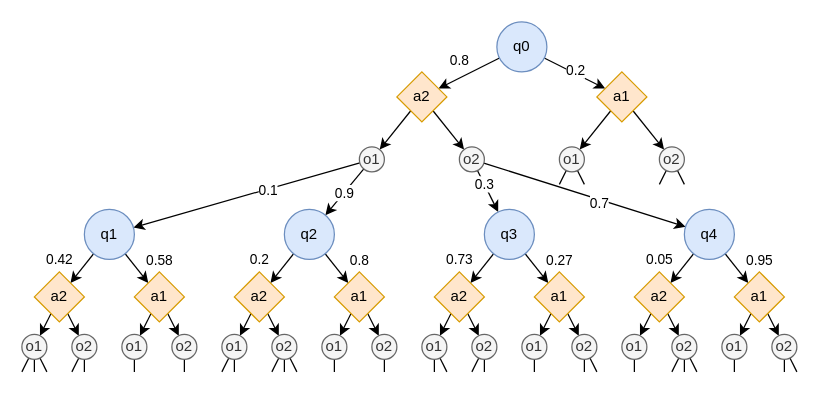
This is page "policy-tree" (3 of 6) of docs/finite-state-controller.drawio from jlandsmann/dec-pomdp-solver, a draw.io file, before an edit. Source tidied: cells renumbered, new cells numbered last; positions are measured from the earlier drawing's top-left corner, leaving out a move shared by most shapes. Both pictures are drawn from the tidied source at 125%, with x=0, y=0 at pixel (21, 21).
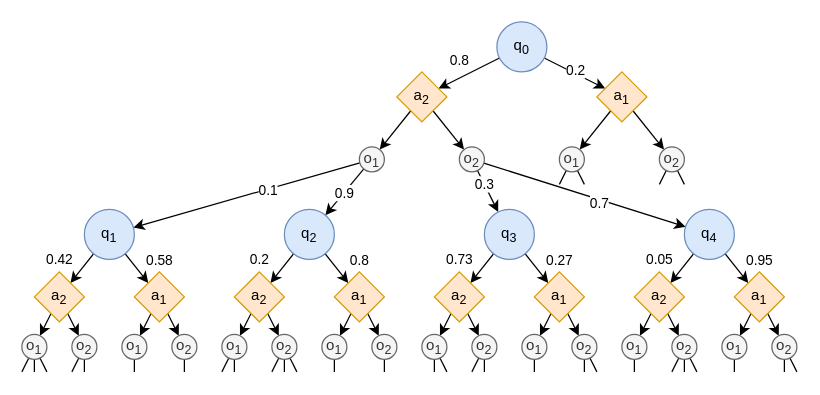
Above is the later version.

Change to the diagram source:
```diff
@@
-    <mxCell id="6" value="q0" style="ellipse;whiteSpace=wrap;html=1;fillColor=#dae8fc;strokeColor=#6c8ebf;" parent="1" vertex="1">
+    <mxCell id="6" value="q&lt;sub&gt;0&lt;/sub&gt;" style="ellipse;whiteSpace=wrap;html=1;fillColor=#dae8fc;strokeColor=#6c8ebf;" parent="1" vertex="1">
       <mxGeometry x="380" width="40" height="40" as="geometry" />
     </mxCell>
@@
-    <mxCell id="9" value="a1" style="rhombus;whiteSpace=wrap;html=1;fillColor=#ffe6cc;strokeColor=#d79b00;" parent="1" vertex="1">
+    <mxCell id="9" value="a&lt;sub&gt;1&lt;/sub&gt;" style="rhombus;whiteSpace=wrap;html=1;fillColor=#ffe6cc;strokeColor=#d79b00;" parent="1" vertex="1">
       <mxGeometry x="460" y="40" width="40" height="40" as="geometry" />
     </mxCell>
@@
-    <mxCell id="12" value="a2" style="rhombus;whiteSpace=wrap;html=1;fillColor=#ffe6cc;strokeColor=#d79b00;" parent="1" vertex="1">
+    <mxCell id="12" value="a&lt;sub&gt;2&lt;/sub&gt;" style="rhombus;whiteSpace=wrap;html=1;fillColor=#ffe6cc;strokeColor=#d79b00;" parent="1" vertex="1">
       <mxGeometry x="300" y="40" width="40" height="40" as="geometry" />
     </mxCell>
@@
-    <mxCell id="15" value="o1" style="ellipse;whiteSpace=wrap;html=1;fillColor=#f5f5f5;fontColor=#333333;strokeColor=#666666;" parent="1" vertex="1">
+    <mxCell id="15" value="o&lt;sub&gt;1&lt;/sub&gt;" style="ellipse;whiteSpace=wrap;html=1;fillColor=#f5f5f5;fontColor=#333333;strokeColor=#666666;" parent="1" vertex="1">
       <mxGeometry x="430" y="100" width="20" height="20" as="geometry" />
     </mxCell>
@@
-    <mxCell id="18" value="o2" style="ellipse;whiteSpace=wrap;html=1;fillColor=#f5f5f5;fontColor=#333333;strokeColor=#666666;" parent="1" vertex="1">
+    <mxCell id="18" value="o&lt;sub&gt;2&lt;/sub&gt;" style="ellipse;whiteSpace=wrap;html=1;fillColor=#f5f5f5;fontColor=#333333;strokeColor=#666666;" parent="1" vertex="1">
       <mxGeometry x="510" y="100" width="20" height="20" as="geometry" />
     </mxCell>
@@
-    <mxCell id="23" value="o1" style="ellipse;whiteSpace=wrap;html=1;fillColor=#f5f5f5;fontColor=#333333;strokeColor=#666666;" parent="1" vertex="1">
+    <mxCell id="23" value="o&lt;sub&gt;1&lt;/sub&gt;" style="ellipse;whiteSpace=wrap;html=1;fillColor=#f5f5f5;fontColor=#333333;strokeColor=#666666;" parent="1" vertex="1">
       <mxGeometry x="270" y="100" width="20" height="20" as="geometry" />
     </mxCell>
@@
-    <mxCell id="28" value="o2" style="ellipse;whiteSpace=wrap;html=1;fillColor=#f5f5f5;fontColor=#333333;strokeColor=#666666;" parent="1" vertex="1">
+    <mxCell id="28" value="o&lt;sub&gt;2&lt;/sub&gt;" style="ellipse;whiteSpace=wrap;html=1;fillColor=#f5f5f5;fontColor=#333333;strokeColor=#666666;" parent="1" vertex="1">
       <mxGeometry x="350" y="100" width="20" height="20" as="geometry" />
     </mxCell>
@@
-    <mxCell id="33" value="q1" style="ellipse;whiteSpace=wrap;html=1;fillColor=#dae8fc;strokeColor=#6c8ebf;" parent="1" vertex="1">
+    <mxCell id="33" value="q&lt;sub&gt;1&lt;/sub&gt;" style="ellipse;whiteSpace=wrap;html=1;fillColor=#dae8fc;strokeColor=#6c8ebf;" parent="1" vertex="1">
       <mxGeometry x="50" y="150" width="40" height="40" as="geometry" />
     </mxCell>
@@
-    <mxCell id="36" value="a1" style="rhombus;whiteSpace=wrap;html=1;fillColor=#ffe6cc;strokeColor=#d79b00;" parent="1" vertex="1">
+    <mxCell id="36" value="a&lt;sub&gt;1&lt;/sub&gt;" style="rhombus;whiteSpace=wrap;html=1;fillColor=#ffe6cc;strokeColor=#d79b00;" parent="1" vertex="1">
       <mxGeometry x="90" y="200" width="40" height="40" as="geometry" />
     </mxCell>
@@
-    <mxCell id="39" value="a2" style="rhombus;whiteSpace=wrap;html=1;fillColor=#ffe6cc;strokeColor=#d79b00;" parent="1" vertex="1">
+    <mxCell id="39" value="a&lt;sub&gt;2&lt;/sub&gt;" style="rhombus;whiteSpace=wrap;html=1;fillColor=#ffe6cc;strokeColor=#d79b00;" parent="1" vertex="1">
       <mxGeometry x="10" y="200" width="40" height="40" as="geometry" />
     </mxCell>
@@
-    <mxCell id="41" value="o1" style="ellipse;whiteSpace=wrap;html=1;fillColor=#f5f5f5;fontColor=#333333;strokeColor=#666666;" parent="1" vertex="1">
+    <mxCell id="41" value="o&lt;sub&gt;1&lt;/sub&gt;" style="ellipse;whiteSpace=wrap;html=1;fillColor=#f5f5f5;fontColor=#333333;strokeColor=#666666;" parent="1" vertex="1">
       <mxGeometry x="80" y="250" width="20" height="20" as="geometry" />
     </mxCell>
@@
-    <mxCell id="43" value="o2" style="ellipse;whiteSpace=wrap;html=1;fillColor=#f5f5f5;fontColor=#333333;strokeColor=#666666;" parent="1" vertex="1">
+    <mxCell id="43" value="o&lt;sub&gt;2&lt;/sub&gt;" style="ellipse;whiteSpace=wrap;html=1;fillColor=#f5f5f5;fontColor=#333333;strokeColor=#666666;" parent="1" vertex="1">
       <mxGeometry x="120" y="250" width="20" height="20" as="geometry" />
     </mxCell>
@@
-    <mxCell id="47" value="o1" style="ellipse;whiteSpace=wrap;html=1;fillColor=#f5f5f5;fontColor=#333333;strokeColor=#666666;" parent="1" vertex="1">
+    <mxCell id="47" value="o&lt;sub&gt;1&lt;/sub&gt;" style="ellipse;whiteSpace=wrap;html=1;fillColor=#f5f5f5;fontColor=#333333;strokeColor=#666666;" parent="1" vertex="1">
       <mxGeometry y="250" width="20" height="20" as="geometry" />
     </mxCell>
@@
-    <mxCell id="50" value="o2" style="ellipse;whiteSpace=wrap;html=1;fillColor=#f5f5f5;fontColor=#333333;strokeColor=#666666;" parent="1" vertex="1">
+    <mxCell id="50" value="o&lt;sub&gt;2&lt;/sub&gt;" style="ellipse;whiteSpace=wrap;html=1;fillColor=#f5f5f5;fontColor=#333333;strokeColor=#666666;" parent="1" vertex="1">
       <mxGeometry x="40" y="250" width="20" height="20" as="geometry" />
     </mxCell>
@@
-    <mxCell id="55" value="q2" style="ellipse;whiteSpace=wrap;html=1;fillColor=#dae8fc;strokeColor=#6c8ebf;" parent="1" vertex="1">
+    <mxCell id="55" value="q&lt;sub&gt;2&lt;/sub&gt;" style="ellipse;whiteSpace=wrap;html=1;fillColor=#dae8fc;strokeColor=#6c8ebf;" parent="1" vertex="1">
       <mxGeometry x="210" y="150" width="40" height="40" as="geometry" />
     </mxCell>
@@
-    <mxCell id="58" value="a1" style="rhombus;whiteSpace=wrap;html=1;fillColor=#ffe6cc;strokeColor=#d79b00;" parent="1" vertex="1">
+    <mxCell id="58" value="a&lt;sub&gt;1&lt;/sub&gt;" style="rhombus;whiteSpace=wrap;html=1;fillColor=#ffe6cc;strokeColor=#d79b00;" parent="1" vertex="1">
       <mxGeometry x="250" y="200" width="40" height="40" as="geometry" />
     </mxCell>
@@
-    <mxCell id="61" value="a2" style="rhombus;whiteSpace=wrap;html=1;fillColor=#ffe6cc;strokeColor=#d79b00;" parent="1" vertex="1">
+    <mxCell id="61" value="a&lt;sub&gt;2&lt;/sub&gt;" style="rhombus;whiteSpace=wrap;html=1;fillColor=#ffe6cc;strokeColor=#d79b00;" parent="1" vertex="1">
       <mxGeometry x="170" y="200" width="40" height="40" as="geometry" />
     </mxCell>
@@
-    <mxCell id="63" value="o1" style="ellipse;whiteSpace=wrap;html=1;fillColor=#f5f5f5;fontColor=#333333;strokeColor=#666666;" parent="1" vertex="1">
+    <mxCell id="63" value="o&lt;sub&gt;1&lt;/sub&gt;" style="ellipse;whiteSpace=wrap;html=1;fillColor=#f5f5f5;fontColor=#333333;strokeColor=#666666;" parent="1" vertex="1">
       <mxGeometry x="240" y="250" width="20" height="20" as="geometry" />
     </mxCell>
@@
-    <mxCell id="65" value="o2" style="ellipse;whiteSpace=wrap;html=1;fillColor=#f5f5f5;fontColor=#333333;strokeColor=#666666;" parent="1" vertex="1">
+    <mxCell id="65" value="o&lt;sub&gt;2&lt;/sub&gt;" style="ellipse;whiteSpace=wrap;html=1;fillColor=#f5f5f5;fontColor=#333333;strokeColor=#666666;" parent="1" vertex="1">
       <mxGeometry x="280" y="250" width="20" height="20" as="geometry" />
     </mxCell>
@@
-    <mxCell id="68" value="o1" style="ellipse;whiteSpace=wrap;html=1;fillColor=#f5f5f5;fontColor=#333333;strokeColor=#666666;" parent="1" vertex="1">
+    <mxCell id="68" value="o&lt;sub&gt;1&lt;/sub&gt;" style="ellipse;whiteSpace=wrap;html=1;fillColor=#f5f5f5;fontColor=#333333;strokeColor=#666666;" parent="1" vertex="1">
       <mxGeometry x="160" y="250" width="20" height="20" as="geometry" />
     </mxCell>
@@
-    <mxCell id="72" value="o2" style="ellipse;whiteSpace=wrap;html=1;fillColor=#f5f5f5;fontColor=#333333;strokeColor=#666666;" parent="1" vertex="1">
+    <mxCell id="72" value="o&lt;sub&gt;2&lt;/sub&gt;" style="ellipse;whiteSpace=wrap;html=1;fillColor=#f5f5f5;fontColor=#333333;strokeColor=#666666;" parent="1" vertex="1">
       <mxGeometry x="200" y="250" width="20" height="20" as="geometry" />
     </mxCell>
@@
-    <mxCell id="77" value="q3" style="ellipse;whiteSpace=wrap;html=1;fillColor=#dae8fc;strokeColor=#6c8ebf;" parent="1" vertex="1">
+    <mxCell id="77" value="q&lt;sub&gt;3&lt;/sub&gt;" style="ellipse;whiteSpace=wrap;html=1;fillColor=#dae8fc;strokeColor=#6c8ebf;" parent="1" vertex="1">
       <mxGeometry x="370" y="150" width="40" height="40" as="geometry" />
     </mxCell>
@@
-    <mxCell id="80" value="a1" style="rhombus;whiteSpace=wrap;html=1;fillColor=#ffe6cc;strokeColor=#d79b00;" parent="1" vertex="1">
+    <mxCell id="80" value="a&lt;sub&gt;1&lt;/sub&gt;" style="rhombus;whiteSpace=wrap;html=1;fillColor=#ffe6cc;strokeColor=#d79b00;" parent="1" vertex="1">
       <mxGeometry x="410" y="200" width="40" height="40" as="geometry" />
     </mxCell>
@@
-    <mxCell id="83" value="a2" style="rhombus;whiteSpace=wrap;html=1;fillColor=#ffe6cc;strokeColor=#d79b00;" parent="1" vertex="1">
+    <mxCell id="83" value="a&lt;sub&gt;2&lt;/sub&gt;" style="rhombus;whiteSpace=wrap;html=1;fillColor=#ffe6cc;strokeColor=#d79b00;" parent="1" vertex="1">
       <mxGeometry x="330" y="200" width="40" height="40" as="geometry" />
     </mxCell>
@@
-    <mxCell id="85" value="o1" style="ellipse;whiteSpace=wrap;html=1;fillColor=#f5f5f5;fontColor=#333333;strokeColor=#666666;" parent="1" vertex="1">
+    <mxCell id="85" value="o&lt;sub&gt;1&lt;/sub&gt;" style="ellipse;whiteSpace=wrap;html=1;fillColor=#f5f5f5;fontColor=#333333;strokeColor=#666666;" parent="1" vertex="1">
       <mxGeometry x="400" y="250" width="20" height="20" as="geometry" />
     </mxCell>
@@
-    <mxCell id="88" value="o2" style="ellipse;whiteSpace=wrap;html=1;fillColor=#f5f5f5;fontColor=#333333;strokeColor=#666666;" parent="1" vertex="1">
+    <mxCell id="88" value="o&lt;sub&gt;2&lt;/sub&gt;" style="ellipse;whiteSpace=wrap;html=1;fillColor=#f5f5f5;fontColor=#333333;strokeColor=#666666;" parent="1" vertex="1">
       <mxGeometry x="440" y="250" width="20" height="20" as="geometry" />
     </mxCell>
@@
-    <mxCell id="91" value="o1" style="ellipse;whiteSpace=wrap;html=1;fillColor=#f5f5f5;fontColor=#333333;strokeColor=#666666;" parent="1" vertex="1">
+    <mxCell id="91" value="o&lt;sub&gt;1&lt;/sub&gt;" style="ellipse;whiteSpace=wrap;html=1;fillColor=#f5f5f5;fontColor=#333333;strokeColor=#666666;" parent="1" vertex="1">
       <mxGeometry x="320" y="250" width="20" height="20" as="geometry" />
     </mxCell>
@@
-    <mxCell id="94" value="o2" style="ellipse;whiteSpace=wrap;html=1;fillColor=#f5f5f5;fontColor=#333333;strokeColor=#666666;" parent="1" vertex="1">
+    <mxCell id="94" value="o&lt;sub&gt;2&lt;/sub&gt;" style="ellipse;whiteSpace=wrap;html=1;fillColor=#f5f5f5;fontColor=#333333;strokeColor=#666666;" parent="1" vertex="1">
       <mxGeometry x="360" y="250" width="20" height="20" as="geometry" />
     </mxCell>
@@
-    <mxCell id="99" value="q4" style="ellipse;whiteSpace=wrap;html=1;fillColor=#dae8fc;strokeColor=#6c8ebf;" parent="1" vertex="1">
+    <mxCell id="99" value="q&lt;sub&gt;4&lt;/sub&gt;" style="ellipse;whiteSpace=wrap;html=1;fillColor=#dae8fc;strokeColor=#6c8ebf;" parent="1" vertex="1">
       <mxGeometry x="530" y="150" width="40" height="40" as="geometry" />
     </mxCell>
@@
-    <mxCell id="102" value="a1" style="rhombus;whiteSpace=wrap;html=1;fillColor=#ffe6cc;strokeColor=#d79b00;" parent="1" vertex="1">
+    <mxCell id="102" value="a&lt;sub&gt;1&lt;/sub&gt;" style="rhombus;whiteSpace=wrap;html=1;fillColor=#ffe6cc;strokeColor=#d79b00;" parent="1" vertex="1">
       <mxGeometry x="570" y="200" width="40" height="40" as="geometry" />
     </mxCell>
@@
-    <mxCell id="105" value="a2" style="rhombus;whiteSpace=wrap;html=1;fillColor=#ffe6cc;strokeColor=#d79b00;" parent="1" vertex="1">
+    <mxCell id="105" value="a&lt;sub&gt;2&lt;/sub&gt;" style="rhombus;whiteSpace=wrap;html=1;fillColor=#ffe6cc;strokeColor=#d79b00;" parent="1" vertex="1">
       <mxGeometry x="490" y="200" width="40" height="40" as="geometry" />
     </mxCell>
@@
-    <mxCell id="107" value="o1" style="ellipse;whiteSpace=wrap;html=1;fillColor=#f5f5f5;fontColor=#333333;strokeColor=#666666;" parent="1" vertex="1">
+    <mxCell id="107" value="o&lt;sub&gt;1&lt;/sub&gt;" style="ellipse;whiteSpace=wrap;html=1;fillColor=#f5f5f5;fontColor=#333333;strokeColor=#666666;" parent="1" vertex="1">
       <mxGeometry x="560" y="250" width="20" height="20" as="geometry" />
     </mxCell>
@@
-    <mxCell id="110" value="o2" style="ellipse;whiteSpace=wrap;html=1;fillColor=#f5f5f5;fontColor=#333333;strokeColor=#666666;" parent="1" vertex="1">
+    <mxCell id="110" value="o&lt;sub&gt;2&lt;/sub&gt;" style="ellipse;whiteSpace=wrap;html=1;fillColor=#f5f5f5;fontColor=#333333;strokeColor=#666666;" parent="1" vertex="1">
       <mxGeometry x="600" y="250" width="20" height="20" as="geometry" />
     </mxCell>
@@
-    <mxCell id="112" value="o1" style="ellipse;whiteSpace=wrap;html=1;fillColor=#f5f5f5;fontColor=#333333;strokeColor=#666666;" parent="1" vertex="1">
+    <mxCell id="112" value="o&lt;sub&gt;1&lt;/sub&gt;" style="ellipse;whiteSpace=wrap;html=1;fillColor=#f5f5f5;fontColor=#333333;strokeColor=#666666;" parent="1" vertex="1">
       <mxGeometry x="480" y="250" width="20" height="20" as="geometry" />
     </mxCell>
@@
-    <mxCell id="116" value="o2" style="ellipse;whiteSpace=wrap;html=1;fillColor=#f5f5f5;fontColor=#333333;strokeColor=#666666;" parent="1" vertex="1">
+    <mxCell id="116" value="o&lt;sub&gt;2&lt;/sub&gt;" style="ellipse;whiteSpace=wrap;html=1;fillColor=#f5f5f5;fontColor=#333333;strokeColor=#666666;" parent="1" vertex="1">
       <mxGeometry x="520" y="250" width="20" height="20" as="geometry" />
     </mxCell>
```
